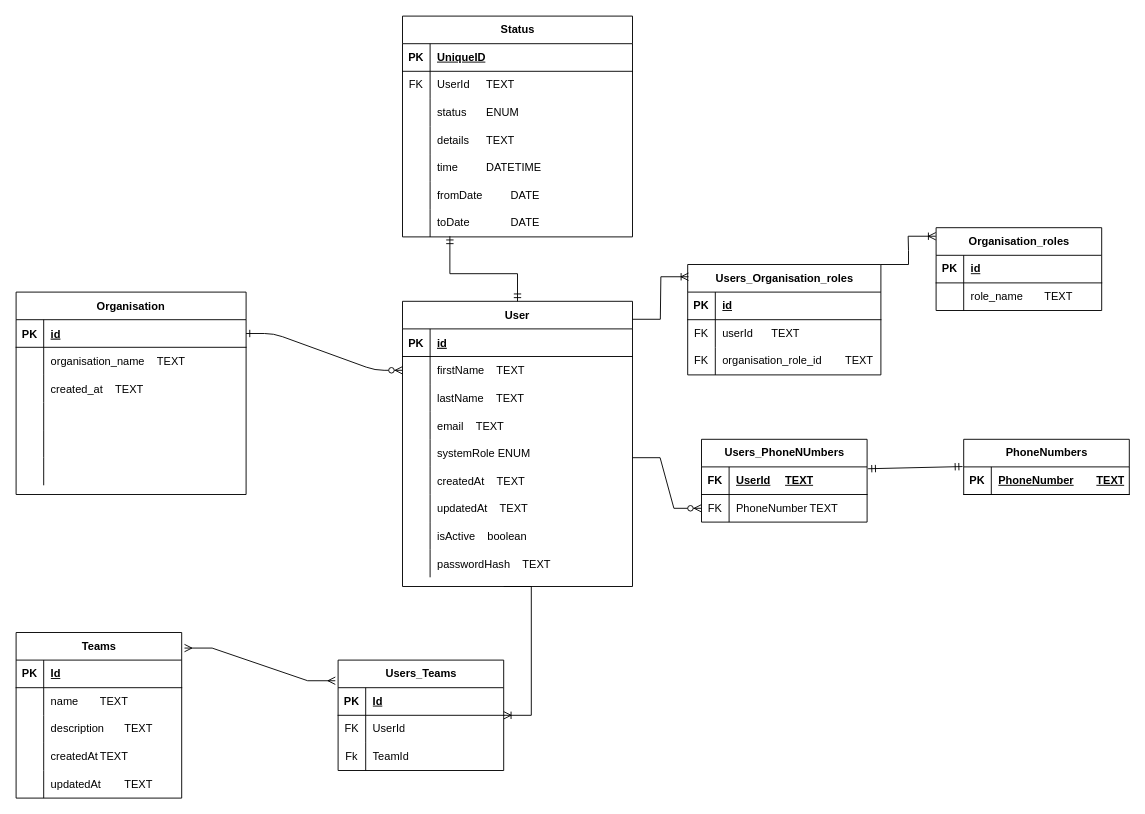
Earlier version of the draw.io diagram diagrams/Database diagram.drawio (TobiasRoland123/work). Source tidied: cells renumbered, new cells numbered last; positions are measured from the earlier drawing's top-left corner, leaving out a move shared by most shapes. Both pictures are drawn from the tidied source at 92%, with x=0, y=0 at pixel (16, 16).
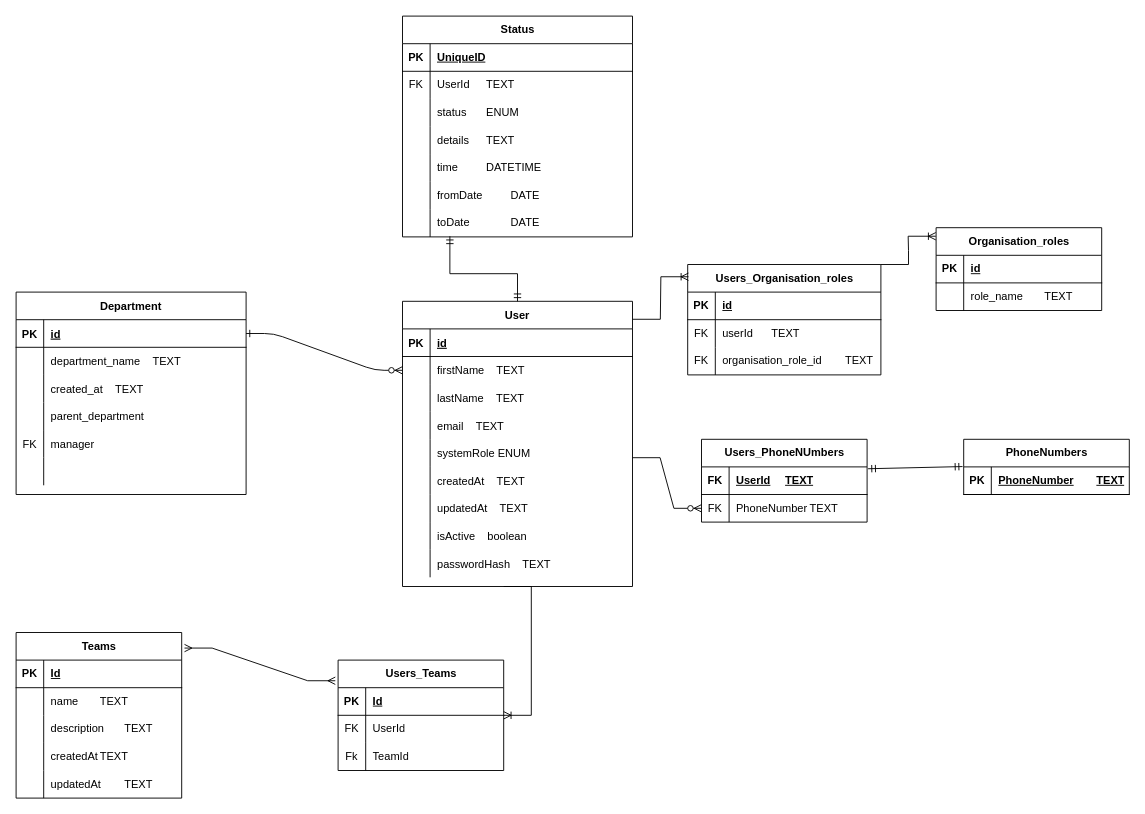
Above is the later version.

Unchanged cells that the change refers to:
```xml
<mxCell id="35" style="shape=partialRectangle;fillColor=none;top=0;left=0;right=0;bottom=0;labelBackgroundColor=none;" parent="31" vertex="1">
  <mxGeometry y="60" width="250" height="30" as="geometry" />
</mxCell>
<mxCell id="41" style="shape=partialRectangle;fillColor=none;top=0;left=0;right=0;bottom=0;labelBackgroundColor=none;" parent="31" vertex="1">
  <mxGeometry y="120" width="250" height="30" as="geometry" />
</mxCell>
<mxCell id="44" style="shape=partialRectangle;fillColor=none;top=0;left=0;right=0;bottom=0;labelBackgroundColor=none;" parent="31" vertex="1">
  <mxGeometry y="150" width="250" height="30" as="geometry" />
</mxCell>
```

Diff of the diagram source:
```diff
@@
-    <mxCell id="31" value="Organisation" style="shape=table;startSize=30;childLayout=tableLayout;rowLines=0;fontStyle=1;align=center;labelBackgroundColor=none;" parent="1" vertex="1">
+    <mxCell id="31" value="Department" style="shape=table;startSize=30;childLayout=tableLayout;rowLines=0;fontStyle=1;align=center;labelBackgroundColor=none;" parent="1" vertex="1">
       <mxGeometry y="300" width="250" height="220" as="geometry" />
     </mxCell>
@@
-    <mxCell id="37" value="organisation_name    TEXT " style="shape=partialRectangle;overflow=hidden;fillColor=none;top=0;left=0;bottom=0;right=0;align=left;spacingLeft=6;labelBackgroundColor=none;" parent="35" vertex="1">
+    <mxCell id="37" value="department_name    TEXT " style="shape=partialRectangle;overflow=hidden;fillColor=none;top=0;left=0;bottom=0;right=0;align=left;spacingLeft=6;labelBackgroundColor=none;" parent="35" vertex="1">
       <mxGeometry x="30" width="220" height="30" as="geometry" />
     </mxCell>
@@
-    <mxCell id="43" style="shape=partialRectangle;overflow=hidden;fillColor=none;top=0;left=0;bottom=0;right=0;align=left;spacingLeft=6;labelBackgroundColor=none;" parent="41" vertex="1">
+    <mxCell id="43" value="parent_department   " style="shape=partialRectangle;overflow=hidden;fillColor=none;top=0;left=0;bottom=0;right=0;align=left;spacingLeft=6;labelBackgroundColor=none;" parent="41" vertex="1">
       <mxGeometry x="30" width="220" height="30" as="geometry" />
     </mxCell>
@@
-    <mxCell id="45" style="shape=partialRectangle;overflow=hidden;fillColor=none;top=0;left=0;bottom=0;right=0;labelBackgroundColor=none;" parent="44" vertex="1">
+    <mxCell id="45" value="FK" style="shape=partialRectangle;overflow=hidden;fillColor=none;top=0;left=0;bottom=0;right=0;labelBackgroundColor=none;" parent="44" vertex="1">
       <mxGeometry width="30" height="30" as="geometry" />
     </mxCell>
-    <mxCell id="46" style="shape=partialRectangle;overflow=hidden;fillColor=none;top=0;left=0;bottom=0;right=0;align=left;spacingLeft=6;labelBackgroundColor=none;" parent="44" vertex="1">
+    <mxCell id="46" value="manager" style="shape=partialRectangle;overflow=hidden;fillColor=none;top=0;left=0;bottom=0;right=0;align=left;spacingLeft=6;labelBackgroundColor=none;" parent="44" vertex="1">
       <mxGeometry x="30" width="220" height="30" as="geometry" />
     </mxCell>
```
